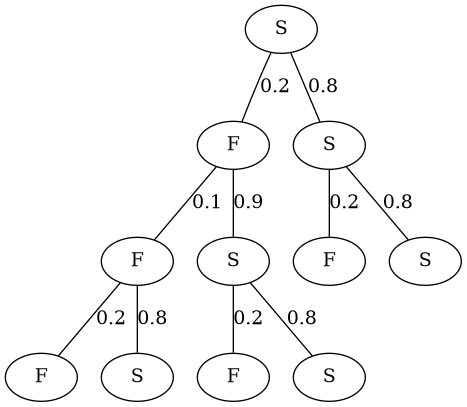
The Graphviz diagram G.gv.png in YasinBoloorchi/WARP-Simulator, before a commit. Its source is kept beside it as G.gv. Source of this version:
```dot
graph G {
	140020470708928 [label=S]
	140020470708784 [label=F]
	140020470708928 -- 140020470708784 [label=0.2]
	140020470708784 [label=F]
	140020468716768 [label=F]
	140020470708784 -- 140020468716768 [label=0.1]
	140020468716768 [label=F]
	140020468717056 [label=F]
	140020468716768 -- 140020468717056 [label=0.2]
	140020468717056 [label=F]
	140020468717152 [label=S]
	140020468716768 -- 140020468717152 [label=0.8]
	140020468717152 [label=S]
	140020468716960 [label=S]
	140020470708784 -- 140020468716960 [label=0.9]
	140020468716960 [label=S]
	140020468717248 [label=F]
	140020468716960 -- 140020468717248 [label=0.2]
	140020468717248 [label=F]
	140020468717344 [label=S]
	140020468716960 -- 140020468717344 [label=0.8]
	140020468717344 [label=S]
	140020468716816 [label=S]
	140020470708928 -- 140020468716816 [label=0.8]
	140020468716816 [label=S]
	140020468717440 [label=F]
	140020468716816 -- 140020468717440 [label=0.2]
	140020468717440 [label=F]
	140020468717536 [label=S]
	140020468716816 -- 140020468717536 [label=0.8]
	140020468717536 [label=S]
}
```
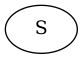
Above is the later version.

Diff of the diagram source:
```diff
@@ -1,33 +1,3 @@
 graph G {
-	140020470708928 [label=S]
-	140020470708784 [label=F]
-	140020470708928 -- 140020470708784 [label=0.2]
-	140020470708784 [label=F]
-	140020468716768 [label=F]
-	140020470708784 -- 140020468716768 [label=0.1]
-	140020468716768 [label=F]
-	140020468717056 [label=F]
-	140020468716768 -- 140020468717056 [label=0.2]
-	140020468717056 [label=F]
-	140020468717152 [label=S]
-	140020468716768 -- 140020468717152 [label=0.8]
-	140020468717152 [label=S]
-	140020468716960 [label=S]
-	140020470708784 -- 140020468716960 [label=0.9]
-	140020468716960 [label=S]
-	140020468717248 [label=F]
-	140020468716960 -- 140020468717248 [label=0.2]
-	140020468717248 [label=F]
-	140020468717344 [label=S]
-	140020468716960 -- 140020468717344 [label=0.8]
-	140020468717344 [label=S]
-	140020468716816 [label=S]
-	140020470708928 -- 140020468716816 [label=0.8]
-	140020468716816 [label=S]
-	140020468717440 [label=F]
-	140020468716816 -- 140020468717440 [label=0.2]
-	140020468717440 [label=F]
-	140020468717536 [label=S]
-	140020468716816 -- 140020468717536 [label=0.8]
-	140020468717536 [label=S]
+	139980775892656 [label=S]
 }
```
